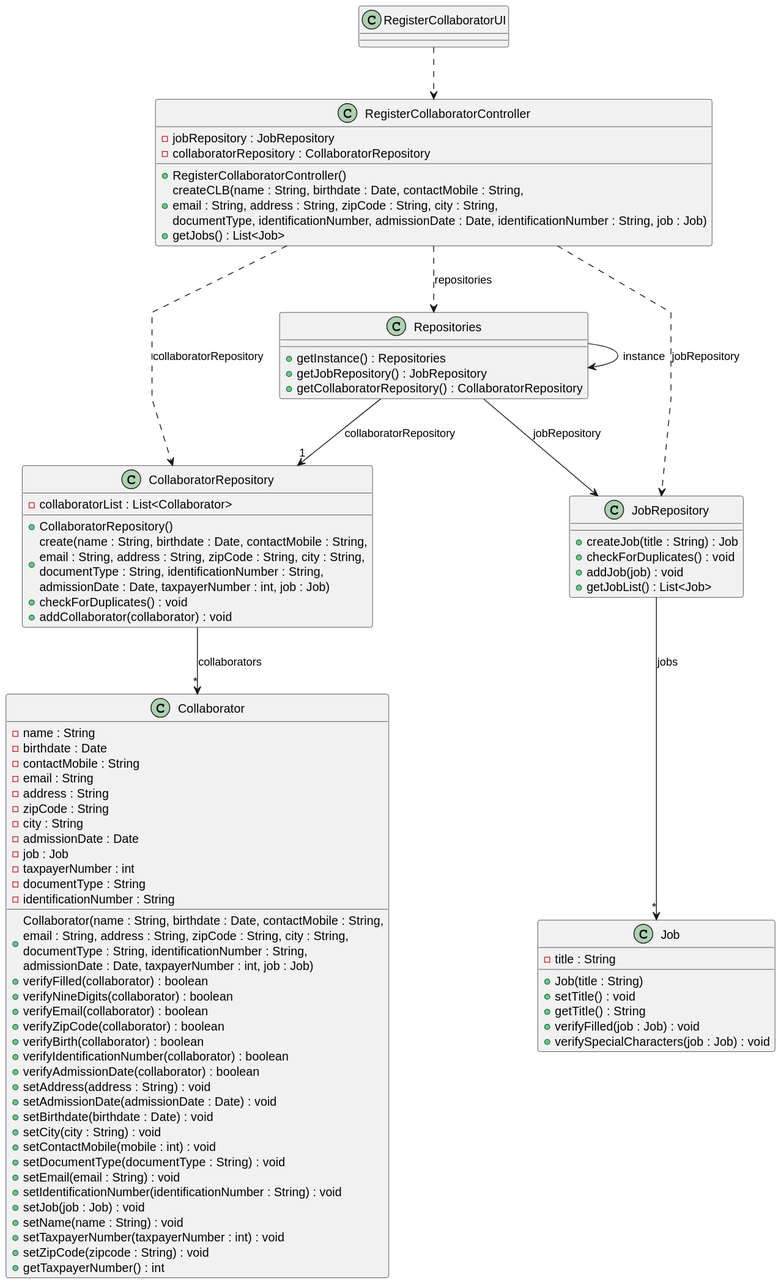
Before: docs/sprintB/us003/03.design/svg/us003-class-diagram.svg, a diagram exported from PlantUML (ricardomm7/leaflink).
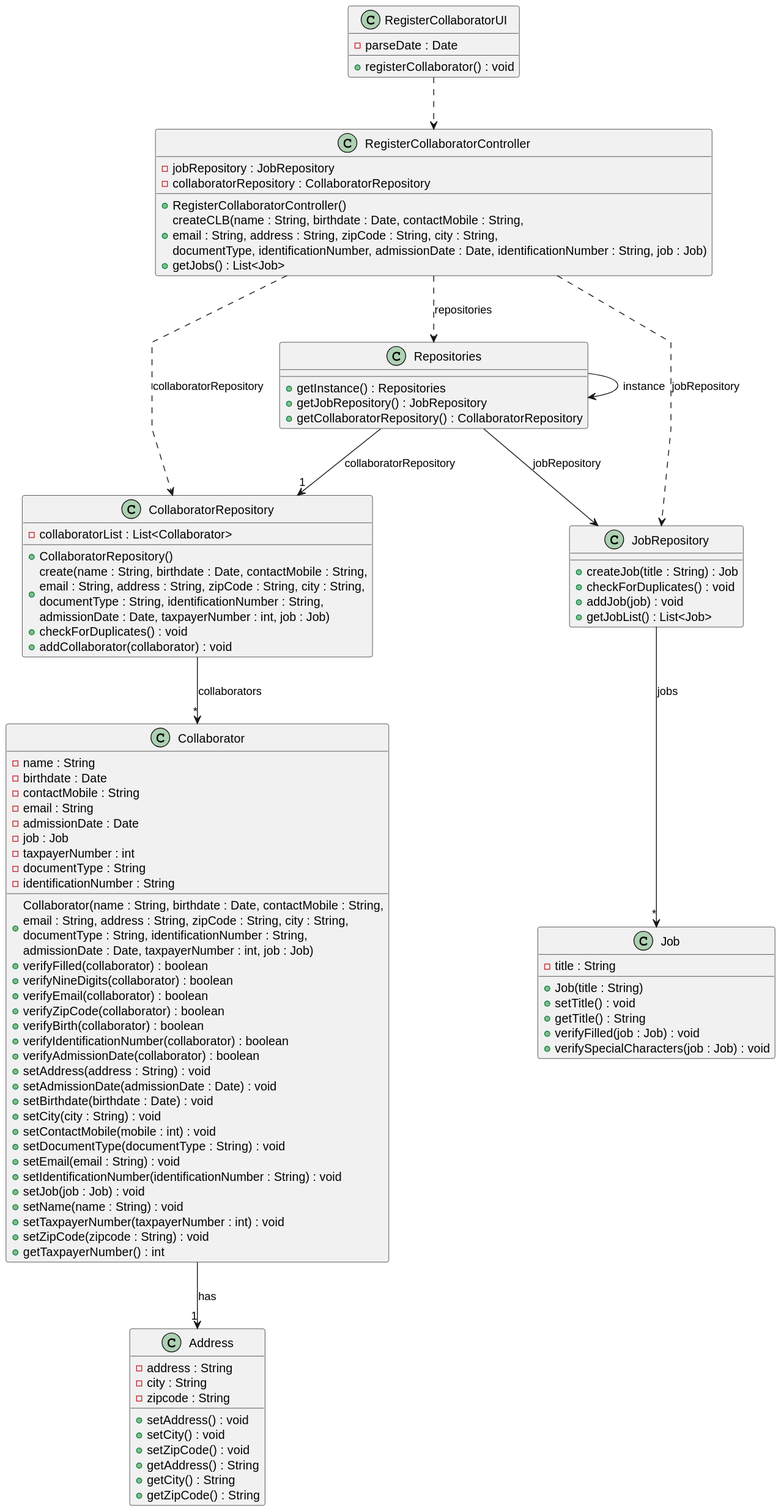
Later version of the same file.

The edit, as a diff of the source:
```diff
@@ -5,6 +5,8 @@
 
 
 class RegisterCollaboratorUI {
++registerCollaborator() : void
+-parseDate : Date
 }
 
 class RegisterCollaboratorController {
@@ -41,9 +43,6 @@
     - birthdate : Date
     - contactMobile : String
     - email : String
-    - address : String
-    - zipCode : String
-    - city : String
     - admissionDate : Date
     - job : Job
     - taxpayerNumber : int
@@ -72,6 +71,18 @@
     +getTaxpayerNumber() : int
 }
 
+class Address {
+    -address : String
+    -city : String
+    -zipcode : String
+    +setAddress() : void
+    +setCity() : void
+    +setZipCode() : void
+    +getAddress() : String
+    +getCity() : String
+    +getZipCode() : String
+}
+
 class Job {
     - title : String
     + Job(title : String)
@@ -92,4 +103,5 @@
 RegisterCollaboratorController ..> CollaboratorRepository : collaboratorRepository
 RegisterCollaboratorController ..> JobRepository : jobRepository
 JobRepository --> "*" Job : jobs
+Collaborator --> "1" Address : has
 @enduml
```
